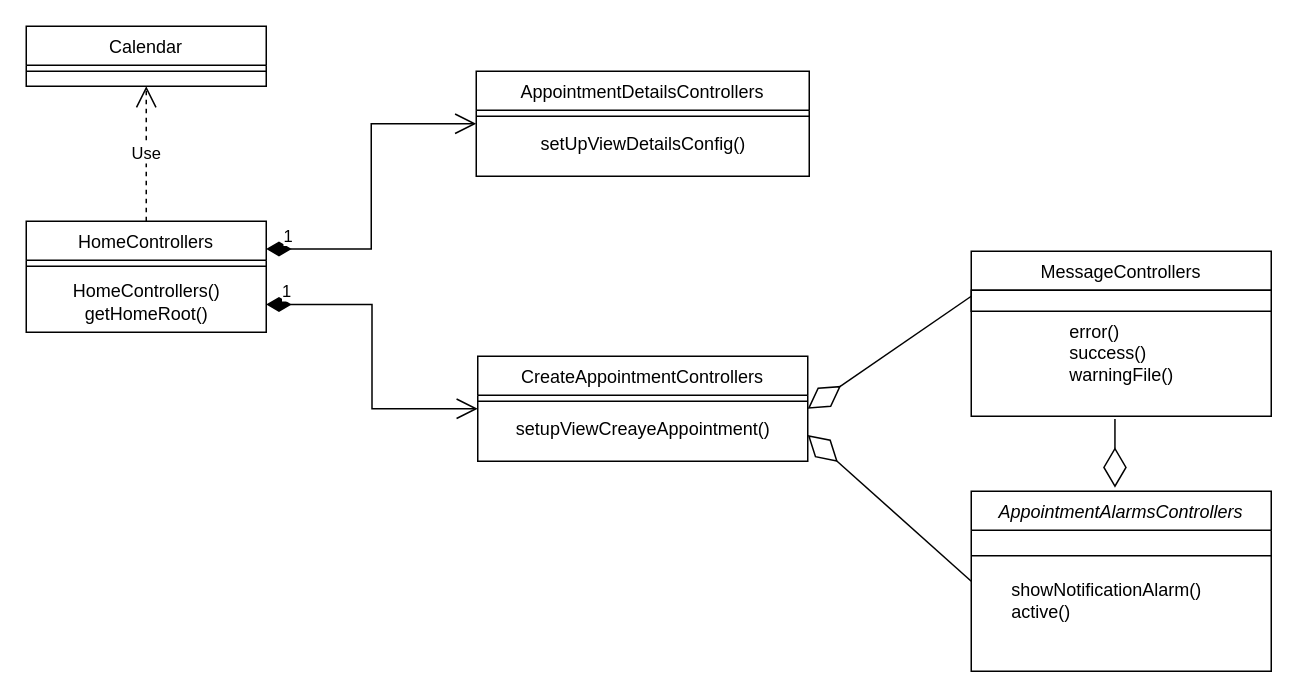
The draw.io diagram doc/GUI/GUI_Class_Diagram.drawio in gmenendez0/Calendar, before the edit. Source tidied: cells renumbered, new cells numbered last; positions are measured from the earlier drawing's top-left corner, leaving out a move shared by most shapes. Both pictures are drawn from the tidied source at 150%, with x=0, y=0 at pixel (26, 26).
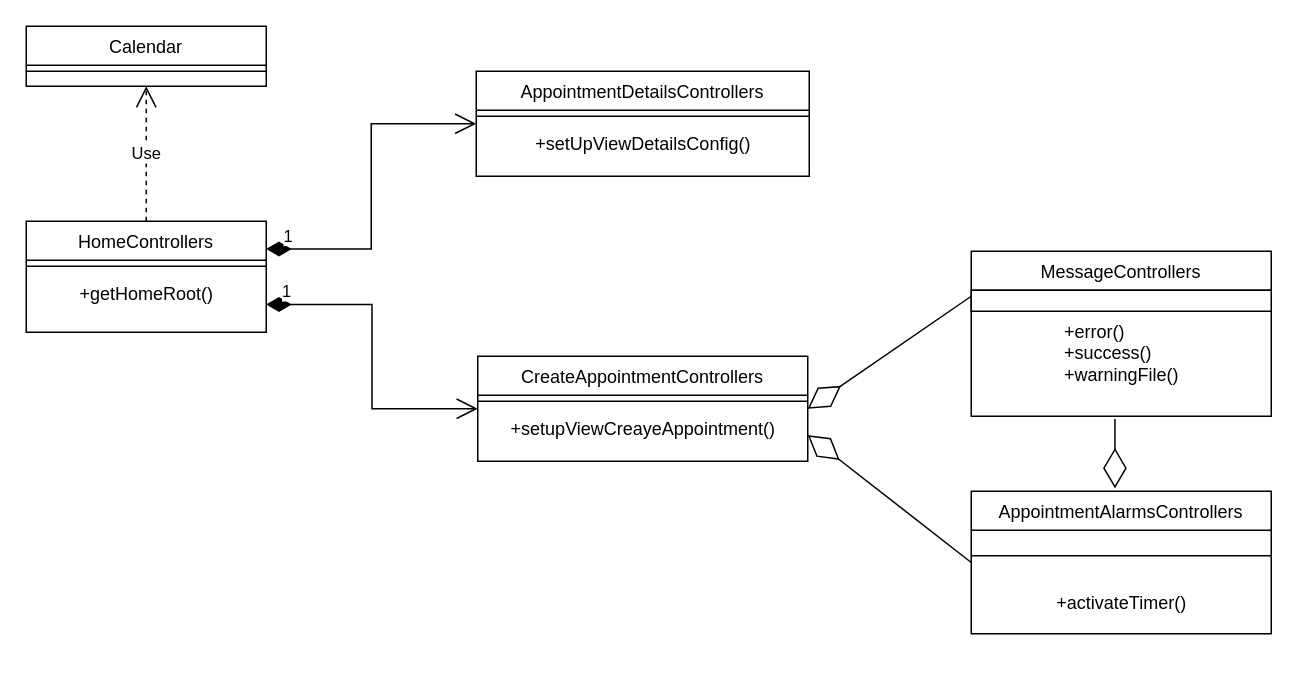
The same diagram, later.

The change refers to these unchanged cells:
```xml
<mxCell id="4" value="HomeControllers" style="swimlane;fontStyle=0;align=center;verticalAlign=top;horizontal=1;startSize=26;rounded=0;shadow=0;strokeWidth=1;" parent="1" vertex="1">
  <mxGeometry y="130" width="160" height="74" as="geometry" />
</mxCell>
<mxCell id="7" value="CreateAppointmentControllers&#10;" style="swimlane;fontStyle=0;align=center;verticalAlign=top;horizontal=1;startSize=26;rounded=0;shadow=0;strokeWidth=1;" parent="1" vertex="1">
  <mxGeometry x="301" y="220" width="220" height="70" as="geometry" />
</mxCell>
<mxCell id="10" value="AppointmentDetailsControllers" style="swimlane;fontStyle=0;align=center;verticalAlign=top;horizontal=1;startSize=26;rounded=0;shadow=0;strokeWidth=1;" parent="1" vertex="1">
  <mxGeometry x="300" y="30" width="222" height="70" as="geometry" />
</mxCell>
<mxCell id="13" value="MessageControllers" style="swimlane;fontStyle=0;align=center;verticalAlign=top;horizontal=1;startSize=26;rounded=0;shadow=0;strokeWidth=1;" parent="1" vertex="1">
  <mxGeometry x="630" y="150" width="200" height="110" as="geometry" />
</mxCell>
```

Diff of the diagram source:
```diff
@@
-    <mxCell id="2" value="AppointmentAlarmsControllers&#10;" style="swimlane;fontStyle=2;align=center;verticalAlign=top;horizontal=1;startSize=26;rounded=0;shadow=0;strokeWidth=1;" parent="1" vertex="1">
-      <mxGeometry x="630" y="310" width="200" height="120" as="geometry" />
+    <mxCell id="2" value="AppointmentAlarmsControllers&#10;" style="swimlane;fontStyle=0;align=center;verticalAlign=top;horizontal=1;startSize=26;rounded=0;shadow=0;strokeWidth=1;" parent="1" vertex="1">
+      <mxGeometry x="630" y="310" width="200" height="95" as="geometry" />
     </mxCell>
@@
+    <mxCell id="25" value="+activateTimer()" style="text;html=1;align=center;verticalAlign=middle;strokeColor=none;fillColor=none;" parent="2" vertex="1">
+      <mxGeometry y="60" width="200" height="30" as="geometry" />
+    </mxCell>
@@
-    <mxCell id="6" value="HomeControllers()&lt;br&gt;getHomeRoot()&lt;br&gt;" style="text;html=1;align=center;verticalAlign=middle;strokeColor=none;fillColor=none;" parent="4" vertex="1">
-      <mxGeometry y="34" width="160" height="40" as="geometry" />
+    <mxCell id="6" value="+getHomeRoot()" style="text;html=1;align=center;verticalAlign=middle;strokeColor=none;fillColor=none;" parent="4" vertex="1">
+      <mxGeometry y="34" width="160" height="30" as="geometry" />
     </mxCell>
@@
-    <mxCell id="9" value="setupViewCreayeAppointment()" style="text;html=1;align=center;verticalAlign=middle;strokeColor=none;fillColor=none;" parent="7" vertex="1">
+    <mxCell id="9" value="+setupViewCreayeAppointment()" style="text;html=1;align=center;verticalAlign=middle;strokeColor=none;fillColor=none;" parent="7" vertex="1">
       <mxGeometry y="34" width="220" height="30" as="geometry" />
     </mxCell>
@@
-    <mxCell id="12" value="setUpViewDetailsConfig()&lt;br&gt;" style="text;html=1;align=center;verticalAlign=middle;strokeColor=none;fillColor=none;" parent="10" vertex="1">
+    <mxCell id="12" value="+setUpViewDetailsConfig()" style="text;html=1;align=center;verticalAlign=middle;strokeColor=none;fillColor=none;" parent="10" vertex="1">
       <mxGeometry y="34" width="222" height="30" as="geometry" />
     </mxCell>
@@
-    <mxCell id="15" value="&lt;div style=&quot;text-align: left;&quot;&gt;error()&lt;/div&gt;&lt;div style=&quot;text-align: left;&quot;&gt;&lt;span style=&quot;background-color: initial;&quot;&gt;success()&lt;/span&gt;&lt;/div&gt;&lt;div style=&quot;text-align: left;&quot;&gt;&lt;span style=&quot;background-color: initial;&quot;&gt;warningFile()&lt;/span&gt;&lt;/div&gt;&lt;div&gt;&lt;span style=&quot;background-color: initial;&quot;&gt;&lt;br&gt;&lt;/span&gt;&lt;/div&gt;" style="text;html=1;align=center;verticalAlign=middle;points=[];strokeColor=none;fillColor=none;" parent="13" vertex="1">
+    <mxCell id="15" value="&lt;div style=&quot;text-align: left;&quot;&gt;+error()&lt;/div&gt;&lt;div style=&quot;text-align: left;&quot;&gt;&lt;span style=&quot;background-color: initial;&quot;&gt;+success()&lt;/span&gt;&lt;/div&gt;&lt;div style=&quot;text-align: left;&quot;&gt;&lt;span style=&quot;background-color: initial;&quot;&gt;+warningFile()&lt;/span&gt;&lt;/div&gt;&lt;div&gt;&lt;span style=&quot;background-color: initial;&quot;&gt;&lt;br&gt;&lt;/span&gt;&lt;/div&gt;" style="text;html=1;align=center;verticalAlign=middle;points=[];strokeColor=none;fillColor=none;" parent="13" vertex="1">
       <mxGeometry y="40" width="200" height="70" as="geometry" />
     </mxCell>
@@
-    <mxCell id="23" value="&lt;div style=&quot;text-align: left;&quot;&gt;showNotificationAlarm()&lt;/div&gt;&lt;div style=&quot;text-align: left;&quot;&gt;active()&lt;/div&gt;" style="text;html=1;align=center;verticalAlign=middle;strokeColor=none;fillColor=none;" parent="1" vertex="1">
-      <mxGeometry x="645" y="363" width="150" height="40" as="geometry" />
-    </mxCell>
```
